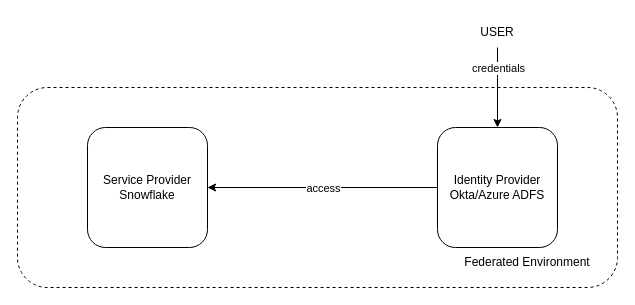
rushal1209/draw.io keeps this draw.io diagram as page "Page-2" (2 of 2) of Untitled Diagram.drawio. Above is the earlier version. Source tidied: cells renumbered, new cells numbered last; positions are measured from the earlier drawing's top-left corner, leaving out a move shared by most shapes. Both pictures are drawn from the tidied source at 100%, with x=0, y=0 at pixel (17, 17).
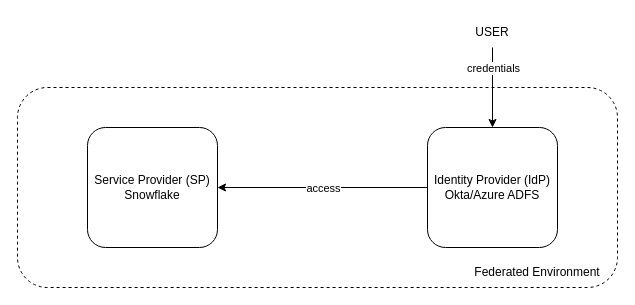
Above is the later version.

Diff of the diagram source:
```diff
@@
 <mxGraphModel>
   <root>
     <mxCell id="0" />
     <mxCell id="1" parent="0" />
     <mxCell id="2" style="rounded=1;whiteSpace=wrap;html=1;dashed=1;" parent="1" vertex="1">
       <mxGeometry y="70" width="600" height="200" as="geometry" />
     </mxCell>
     <mxCell id="3" value="Federated Environment" style="text;html=1;strokeColor=none;fillColor=none;align=center;verticalAlign=middle;whiteSpace=wrap;rounded=0;" parent="1" vertex="1">
-      <mxGeometry x="440" y="230" width="140" height="30" as="geometry" />
+      <mxGeometry x="450" y="240" width="140" height="30" as="geometry" />
     </mxCell>
-    <mxCell id="4" value="Service Provider&lt;br&gt;Snowflake" style="rounded=1;whiteSpace=wrap;html=1;" parent="1" vertex="1">
-      <mxGeometry x="70" y="110" width="120" height="120" as="geometry" />
+    <mxCell id="4" value="Service Provider (SP)&lt;br&gt;Snowflake" style="rounded=1;whiteSpace=wrap;html=1;" parent="1" vertex="1">
+      <mxGeometry x="70" y="110" width="130" height="120" as="geometry" />
     </mxCell>
-    <mxCell id="5" value="Identity Provider&lt;br&gt;Okta/Azure ADFS" style="rounded=1;whiteSpace=wrap;html=1;" parent="1" vertex="1">
-      <mxGeometry x="420" y="110" width="120" height="120" as="geometry" />
+    <mxCell id="5" value="Identity Provider (IdP)&lt;br&gt;Okta/Azure ADFS" style="rounded=1;whiteSpace=wrap;html=1;" parent="1" vertex="1">
+      <mxGeometry x="410" y="110" width="130" height="120" as="geometry" />
     </mxCell>
     <mxCell id="6" value="USER" style="text;html=1;strokeColor=none;fillColor=none;align=center;verticalAlign=middle;whiteSpace=wrap;rounded=0;" parent="1" vertex="1">
-      <mxGeometry x="440" width="80" height="30" as="geometry" />
+      <mxGeometry x="435" width="80" height="30" as="geometry" />
     </mxCell>
     <mxCell id="7" style="endArrow=classic;html=1;rounded=0;exitX=0.5;exitY=1;exitDx=0;exitDy=0;entryX=0.5;entryY=0;entryDx=0;entryDy=0;" parent="1" edge="1" source="6" target="5">
-      <mxGeometry relative="1" as="geometry">
-        <Array as="points">
-          <mxPoint x="480" y="60" />
-        </Array>
-      </mxGeometry>
+      <mxGeometry relative="1" as="geometry" />
     </mxCell>
     <mxCell id="8" value="credentials" style="edgeLabel;html=1;align=center;verticalAlign=middle;" parent="7" vertex="1">
       <mxGeometry relative="1" as="geometry">
         <mxPoint y="-20" as="offset" />
       </mxGeometry>
     </mxCell>
     <mxCell id="9" style="endArrow=classic;html=1;rounded=0;entryX=1;entryY=0.5;entryDx=0;entryDy=0;exitX=0;exitY=0.5;exitDx=0;exitDy=0;" parent="1" edge="1" source="5" target="4">
       <mxGeometry relative="1" as="geometry" />
     </mxCell>
     <mxCell id="10" value="access" style="edgeLabel;html=1;align=center;verticalAlign=middle;" parent="9" vertex="1">
       <mxGeometry relative="1" as="geometry" />
     </mxCell>
   </root>
 </mxGraphModel>
```
